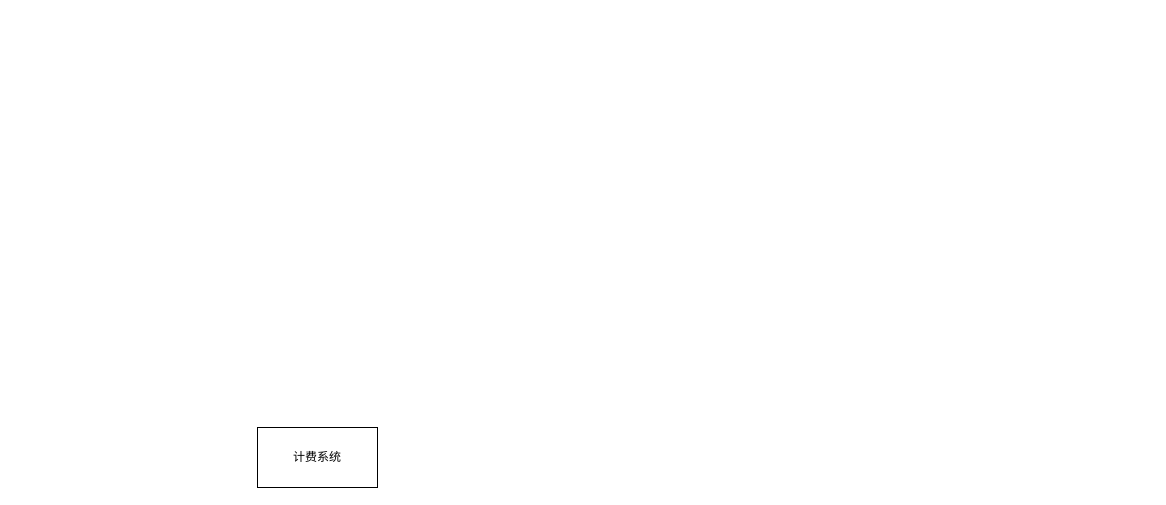
Above: BMS.drawio in jasonleaster/DrawIO (draw.io), before the change. Source tidied: cells renumbered, new cells numbered last; positions are measured from the earlier drawing's top-left corner, leaving out a move shared by most shapes. Both pictures are drawn from the tidied source at 100%, with x=0, y=0 at pixel (257, 427).
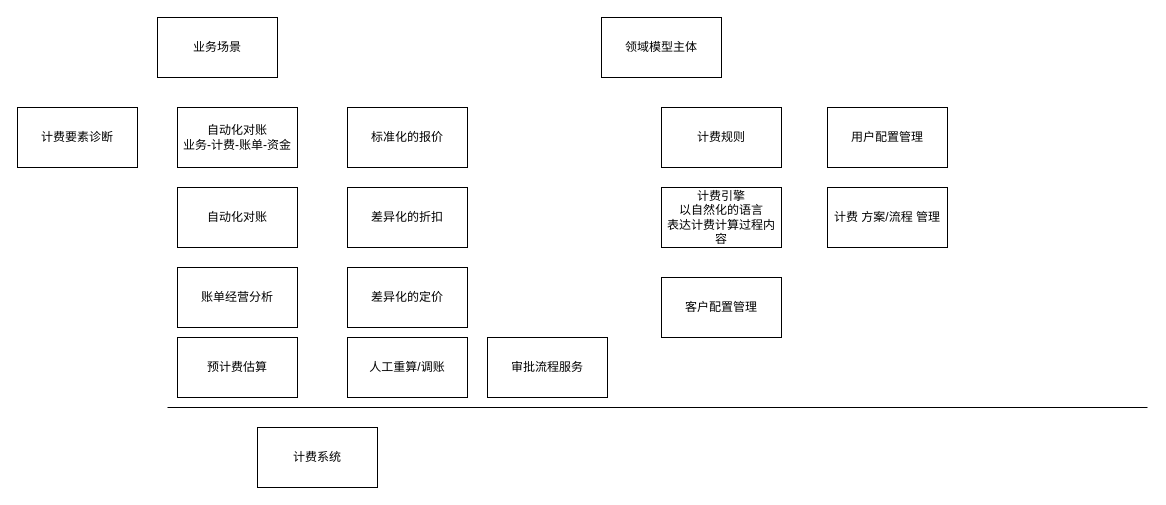
After the change.

The edit, as a diff of the source:
```diff
@@
+    <mxCell id="3" style="endArrow=none;html=1;rounded=0;" parent="1" edge="1">
+      <mxGeometry relative="1" as="geometry">
+        <mxPoint x="-90" y="-20" as="sourcePoint" />
+        <mxPoint x="890" y="-20" as="targetPoint" />
+      </mxGeometry>
+    </mxCell>
+    <mxCell id="4" value="业务场景" style="rounded=0;whiteSpace=wrap;html=1;" parent="1" vertex="1">
+      <mxGeometry x="-100" y="-410" width="120" height="60" as="geometry" />
+    </mxCell>
+    <mxCell id="5" value="标准化的报价" style="rounded=0;whiteSpace=wrap;html=1;" parent="1" vertex="1">
+      <mxGeometry x="90" y="-320" width="120" height="60" as="geometry" />
+    </mxCell>
+    <mxCell id="6" value="差异化的折扣" style="rounded=0;whiteSpace=wrap;html=1;" parent="1" vertex="1">
+      <mxGeometry x="90" y="-240" width="120" height="60" as="geometry" />
+    </mxCell>
+    <mxCell id="7" value="差异化的定价" style="rounded=0;whiteSpace=wrap;html=1;" parent="1" vertex="1">
+      <mxGeometry x="90" y="-160" width="120" height="60" as="geometry" />
+    </mxCell>
+    <mxCell id="8" value="领域模型主体" style="rounded=0;whiteSpace=wrap;html=1;" parent="1" vertex="1">
+      <mxGeometry x="344" y="-410" width="120" height="60" as="geometry" />
+    </mxCell>
+    <mxCell id="9" value="计费规则" style="rounded=0;whiteSpace=wrap;html=1;" parent="1" vertex="1">
+      <mxGeometry x="404" y="-320" width="120" height="60" as="geometry" />
+    </mxCell>
+    <mxCell id="10" value="计费引擎&lt;br&gt;以自然化的语言&lt;br&gt;表达计费计算过程内容" style="rounded=0;whiteSpace=wrap;html=1;" parent="1" vertex="1">
+      <mxGeometry x="404" y="-240" width="120" height="60" as="geometry" />
+    </mxCell>
+    <mxCell id="11" value="客户配置管理" style="rounded=0;whiteSpace=wrap;html=1;" parent="1" vertex="1">
+      <mxGeometry x="404" y="-150" width="120" height="60" as="geometry" />
+    </mxCell>
+    <mxCell id="12" value="用户配置管理" style="rounded=0;whiteSpace=wrap;html=1;" parent="1" vertex="1">
+      <mxGeometry x="570" y="-320" width="120" height="60" as="geometry" />
+    </mxCell>
+    <mxCell id="13" value="计费 方案/流程 管理" style="rounded=0;whiteSpace=wrap;html=1;" parent="1" vertex="1">
+      <mxGeometry x="570" y="-240" width="120" height="60" as="geometry" />
+    </mxCell>
+    <mxCell id="14" value="自动化对账&lt;br&gt;业务-计费-账单-资金" style="rounded=0;whiteSpace=wrap;html=1;" parent="1" vertex="1">
+      <mxGeometry x="-80" y="-320" width="120" height="60" as="geometry" />
+    </mxCell>
+    <mxCell id="15" value="人工重算/调账" style="rounded=0;whiteSpace=wrap;html=1;" parent="1" vertex="1">
+      <mxGeometry x="90" y="-90" width="120" height="60" as="geometry" />
+    </mxCell>
+    <mxCell id="16" value="自动化对账" style="rounded=0;whiteSpace=wrap;html=1;" parent="1" vertex="1">
+      <mxGeometry x="-80" y="-240" width="120" height="60" as="geometry" />
+    </mxCell>
+    <mxCell id="17" value="账单经营分析" style="rounded=0;whiteSpace=wrap;html=1;" parent="1" vertex="1">
+      <mxGeometry x="-80" y="-160" width="120" height="60" as="geometry" />
+    </mxCell>
+    <mxCell id="18" value="预计费估算" style="rounded=0;whiteSpace=wrap;html=1;" parent="1" vertex="1">
+      <mxGeometry x="-80" y="-90" width="120" height="60" as="geometry" />
+    </mxCell>
+    <mxCell id="19" value="审批流程服务" style="rounded=0;whiteSpace=wrap;html=1;" parent="1" vertex="1">
+      <mxGeometry x="230" y="-90" width="120" height="60" as="geometry" />
+    </mxCell>
+    <mxCell id="20" value="计费要素诊断" style="rounded=0;whiteSpace=wrap;html=1;" parent="1" vertex="1">
+      <mxGeometry x="-240" y="-320" width="120" height="60" as="geometry" />
+    </mxCell>
```
